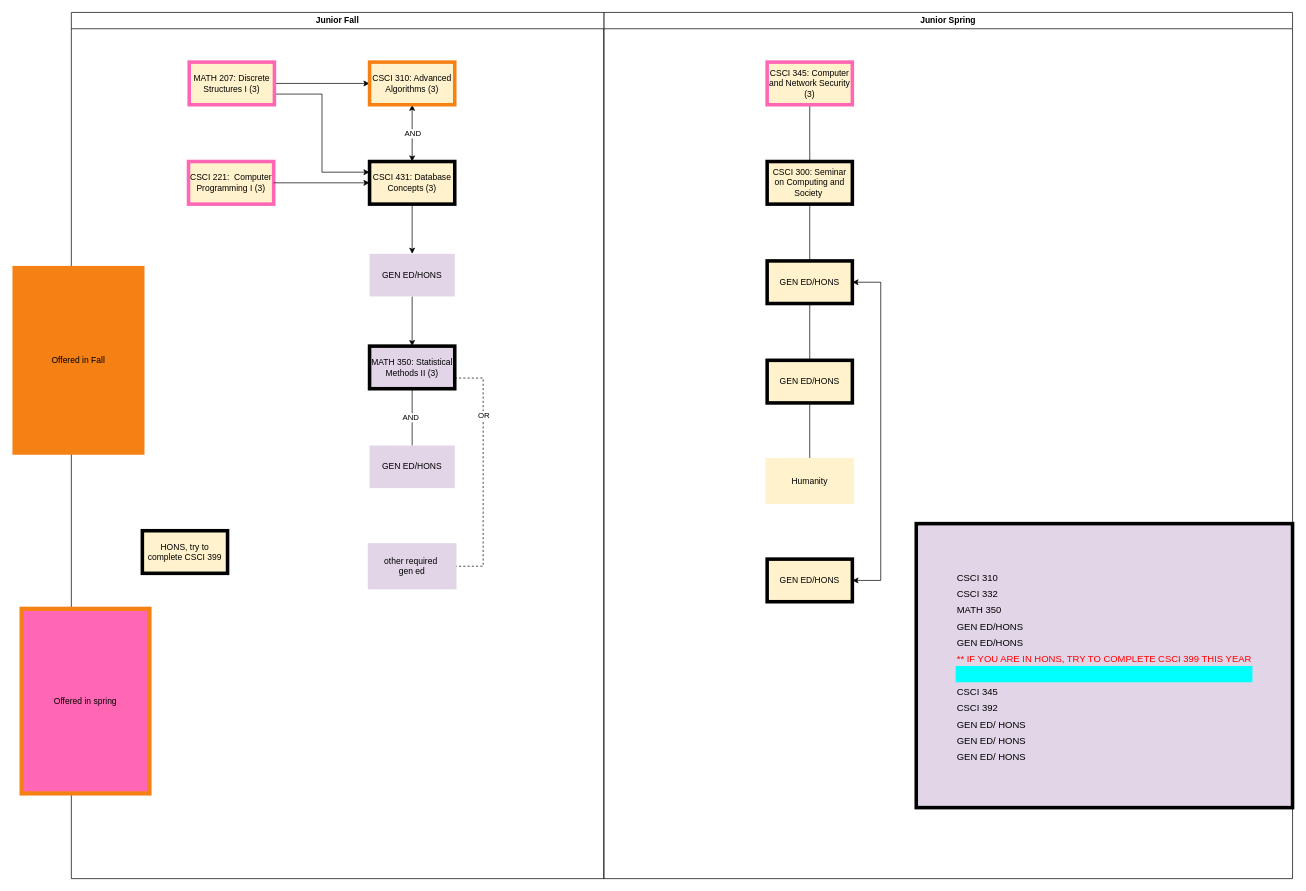
Earlier version of the draw.io diagram page "Junior" (4 of 5) of images/CSCI-class-flowchart.drawio (alma-lutas/skills-introduction-to-github). Source tidied: cells renumbered, new cells numbered last; positions are measured from the earlier drawing's top-left corner, leaving out a move shared by most shapes. Both pictures are drawn from the tidied source at 71%, with x=0, y=0 at pixel (14, 12).
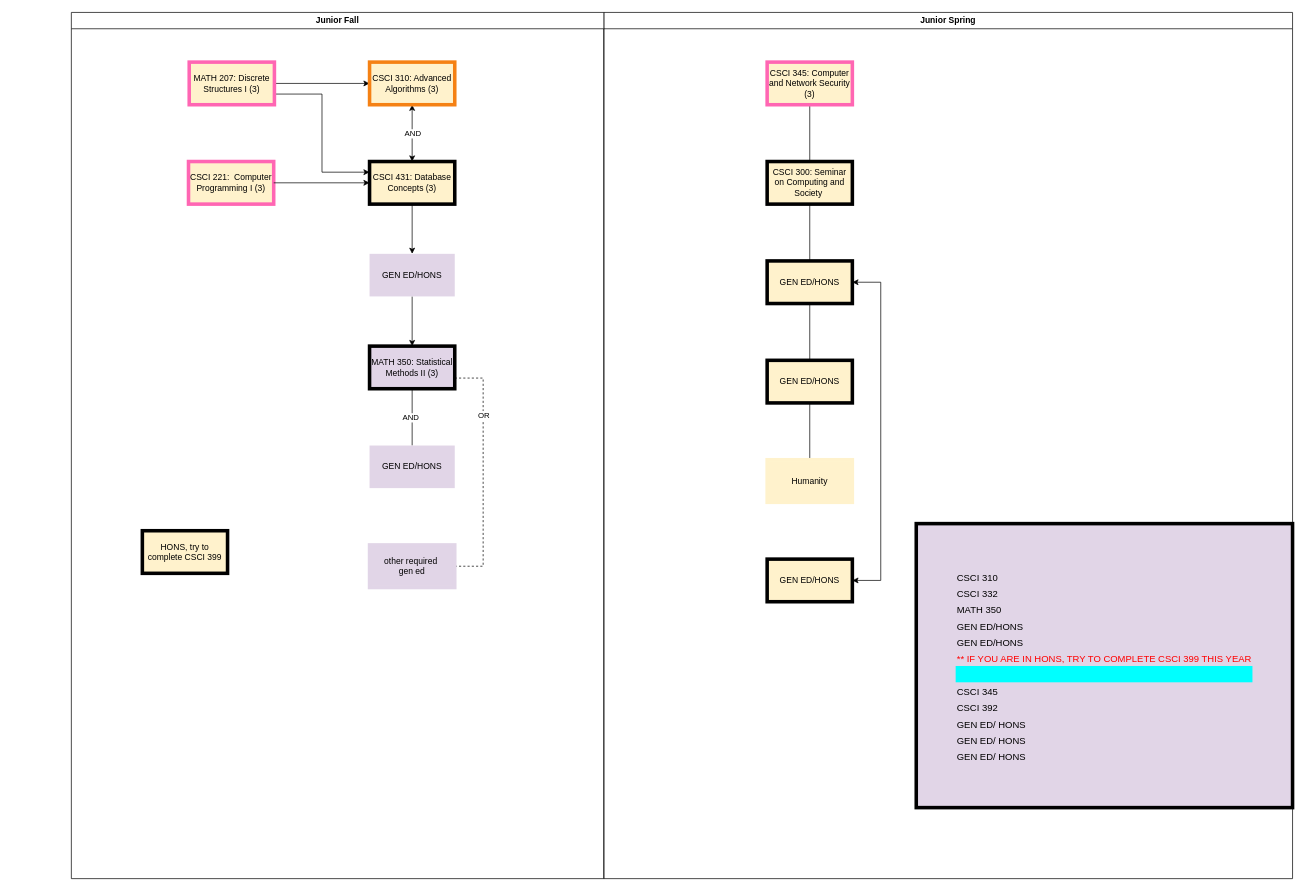
Above is the later version.

Unchanged cells that the change refers to:
```xml
<mxCell id="24" value="Junior Fall" style="swimlane;whiteSpace=wrap;html=1;startSize=23;" parent="1" vertex="1">
  <mxGeometry x="80" width="750" height="1220" as="geometry" />
</mxCell>
```

What changed in the source:
```diff
@@
-    <mxCell id="26" value="Offered in Fall" style="rounded=0;whiteSpace=wrap;html=1;fillColor=#f58114;strokeColor=#f58114;strokeWidth=6;" parent="24" vertex="1">
-      <mxGeometry x="-80" y="360" width="180" height="260" as="geometry" />
-    </mxCell>
-    <mxCell id="27" value="Offered in spring" style="rounded=0;whiteSpace=wrap;html=1;fillColor=#FF66B3;strokeColor=#f58114;strokeWidth=6;" parent="24" vertex="1">
-      <mxGeometry x="-70" y="840" width="180" height="260" as="geometry" />
-    </mxCell>
```
